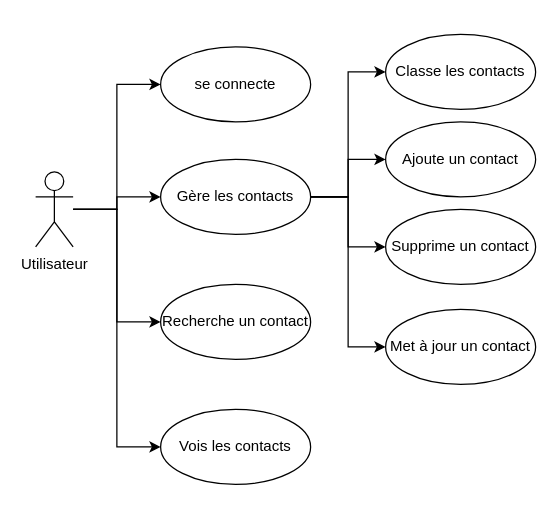
xAm64/Contacts keeps this draw.io diagram as Diagrammes/Use case.drawio. Above is the earlier version. Source tidied: cells renumbered, new cells numbered last; positions are measured from the earlier drawing's top-left corner, leaving out a move shared by most shapes. Both pictures are drawn from the tidied source at 125%, with x=0, y=0 at pixel (35, 34).
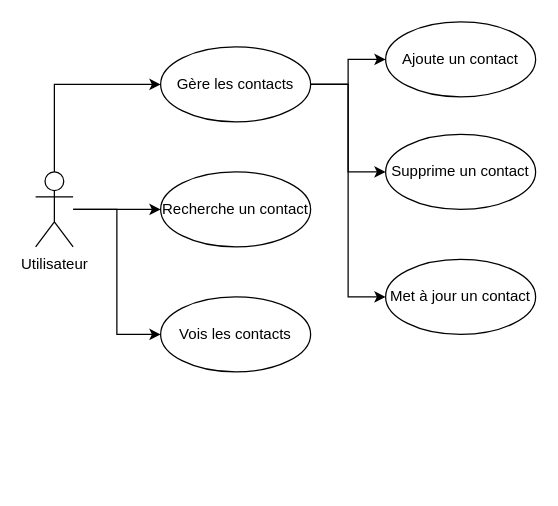
The same page after the edit.

The edit, as a diff of the source:
```diff
@@
 <mxGraphModel>
   <root>
     <mxCell id="0" />
     <mxCell id="1" parent="0" />
-    <mxCell id="2" style="edgeStyle=orthogonalEdgeStyle;rounded=0;jettySize=auto;html=1;entryX=0;entryY=0.5;entryDx=0;entryDy=0;" parent="1" edge="1" source="6" target="7">
-      <mxGeometry relative="1" as="geometry" />
-    </mxCell>
     <mxCell id="3" style="edgeStyle=orthogonalEdgeStyle;rounded=0;jettySize=auto;html=1;" parent="1" edge="1" source="6" target="12">
-      <mxGeometry relative="1" as="geometry" />
+      <mxGeometry relative="1" as="geometry">
+        <Array as="points">
+          <mxPoint x="15" y="40" />
+        </Array>
+      </mxGeometry>
     </mxCell>
     <mxCell id="4" style="edgeStyle=orthogonalEdgeStyle;rounded=0;jettySize=auto;html=1;entryX=0;entryY=0.5;entryDx=0;entryDy=0;" parent="1" edge="1" source="6" target="16">
       <mxGeometry relative="1" as="geometry" />
     </mxCell>
     <mxCell id="5" style="edgeStyle=orthogonalEdgeStyle;rounded=0;jettySize=auto;html=1;entryX=0;entryY=0.5;entryDx=0;entryDy=0;" parent="1" edge="1" source="6" target="18">
       <mxGeometry relative="1" as="geometry" />
     </mxCell>
     <mxCell id="6" value="Utilisateur" style="shape=umlActor;verticalLabelPosition=bottom;verticalAlign=top;html=1;outlineConnect=0;" parent="1" vertex="1">
       <mxGeometry y="110" width="30" height="60" as="geometry" />
     </mxCell>
-    <mxCell id="7" value="se connecte" style="ellipse;whiteSpace=wrap;html=1;" parent="1" vertex="1">
-      <mxGeometry x="100" y="10" width="120" height="60" as="geometry" />
-    </mxCell>
     <mxCell id="8" style="edgeStyle=orthogonalEdgeStyle;rounded=0;jettySize=auto;html=1;entryX=0;entryY=0.5;entryDx=0;entryDy=0;" parent="1" edge="1" source="12" target="13">
       <mxGeometry relative="1" as="geometry" />
     </mxCell>
     <mxCell id="9" style="edgeStyle=orthogonalEdgeStyle;rounded=0;jettySize=auto;html=1;entryX=0;entryY=0.5;entryDx=0;entryDy=0;" parent="1" edge="1" source="12" target="14">
       <mxGeometry relative="1" as="geometry" />
     </mxCell>
     <mxCell id="10" style="edgeStyle=orthogonalEdgeStyle;rounded=0;jettySize=auto;html=1;entryX=0;entryY=0.5;entryDx=0;entryDy=0;" parent="1" edge="1" source="12" target="15">
       <mxGeometry relative="1" as="geometry" />
     </mxCell>
-    <mxCell id="11" style="edgeStyle=orthogonalEdgeStyle;rounded=0;jettySize=auto;html=1;entryX=0;entryY=0.5;entryDx=0;entryDy=0;" parent="1" edge="1" source="12" target="17">
-      <mxGeometry relative="1" as="geometry" />
-    </mxCell>
     <mxCell id="12" value="Gère les contacts" style="ellipse;whiteSpace=wrap;html=1;" parent="1" vertex="1">
-      <mxGeometry x="100" y="100" width="120" height="60" as="geometry" />
+      <mxGeometry x="100" y="10" width="120" height="60" as="geometry" />
     </mxCell>
     <mxCell id="13" value="Ajoute un contact" style="ellipse;whiteSpace=wrap;html=1;" parent="1" vertex="1">
-      <mxGeometry x="280" y="70" width="120" height="60" as="geometry" />
+      <mxGeometry x="280" y="-10" width="120" height="60" as="geometry" />
     </mxCell>
     <mxCell id="14" value="Supprime un contact" style="ellipse;whiteSpace=wrap;html=1;" parent="1" vertex="1">
-      <mxGeometry x="280" y="140" width="120" height="60" as="geometry" />
+      <mxGeometry x="280" y="80" width="120" height="60" as="geometry" />
     </mxCell>
     <mxCell id="15" value="Met à jour un contact" style="ellipse;whiteSpace=wrap;html=1;" parent="1" vertex="1">
-      <mxGeometry x="280" y="220" width="120" height="60" as="geometry" />
+      <mxGeometry x="280" y="180" width="120" height="60" as="geometry" />
     </mxCell>
     <mxCell id="16" value="Recherche un contact" style="ellipse;whiteSpace=wrap;html=1;" parent="1" vertex="1">
-      <mxGeometry x="100" y="200" width="120" height="60" as="geometry" />
+      <mxGeometry x="100" y="110" width="120" height="60" as="geometry" />
     </mxCell>
-    <mxCell id="17" value="Classe les contacts" style="ellipse;whiteSpace=wrap;html=1;" parent="1" vertex="1">
-      <mxGeometry x="280" width="120" height="60" as="geometry" />
-    </mxCell>
     <mxCell id="18" value="Vois les contacts" style="ellipse;whiteSpace=wrap;html=1;" parent="1" vertex="1">
-      <mxGeometry x="100" y="300" width="120" height="60" as="geometry" />
+      <mxGeometry x="100" y="210" width="120" height="60" as="geometry" />
     </mxCell>
   </root>
 </mxGraphModel>
```
